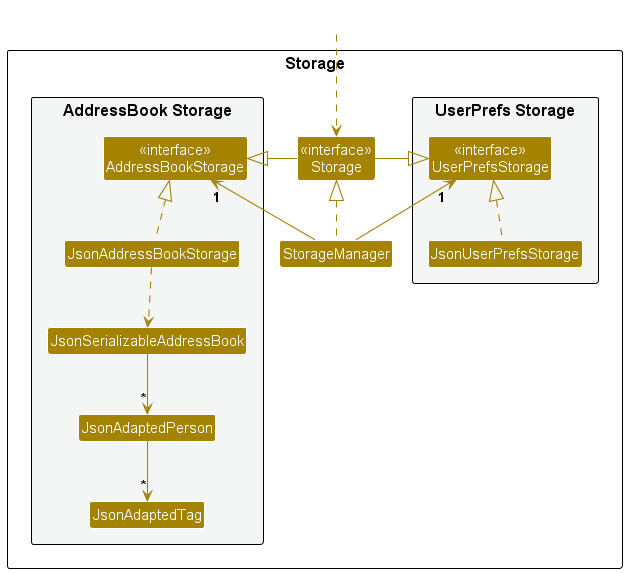
Before: docs/images/StorageClassDiagram.png, a diagram exported from PlantUML (nus-cs2103-AY2425S1/tp).
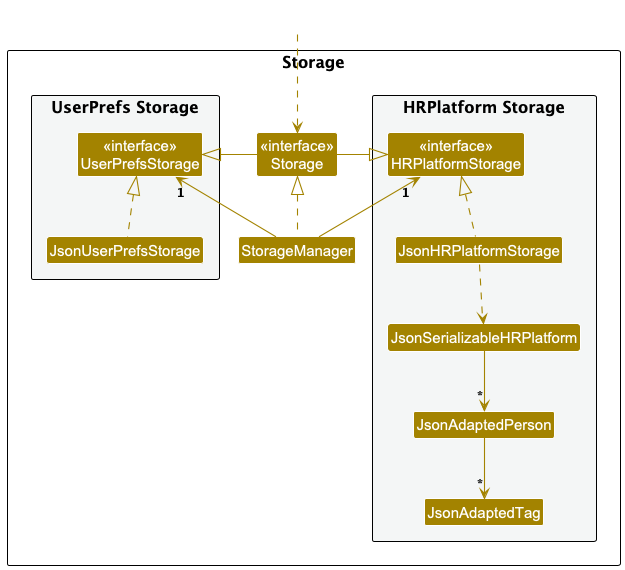
Later version of the same file.

Commit message:
Update storage section of developer guide

Change to the diagram source:
```diff
@@ -14,10 +14,10 @@
 Class "<<interface>>\nStorage" as Storage
 Class StorageManager
 
-package "AddressBook Storage" #F4F6F6{
-Class "<<interface>>\nAddressBookStorage" as AddressBookStorage
-Class JsonAddressBookStorage
-Class JsonSerializableAddressBook
+package "HRPlatform Storage" #F4F6F6{
+Class "<<interface>>\nHRPlatformStorage" as HRPlatformStorage
+Class JsonHRPlatformStorage
+Class JsonSerializableHRPlatform
 Class JsonAdaptedPerson
 Class JsonAdaptedTag
 }
@@ -29,15 +29,15 @@
 
 StorageManager .up.|> Storage
 StorageManager -up-> "1" UserPrefsStorage
-StorageManager -up-> "1" AddressBookStorage
+StorageManager -up-> "1" HRPlatformStorage
 
 Storage -left-|> UserPrefsStorage
-Storage -right-|> AddressBookStorage
+Storage -right-|> HRPlatformStorage
 
 JsonUserPrefsStorage .up.|> UserPrefsStorage
-JsonAddressBookStorage .up.|> AddressBookStorage
-JsonAddressBookStorage ..> JsonSerializableAddressBook
-JsonSerializableAddressBook --> "*" JsonAdaptedPerson
+JsonHRPlatformStorage .up.|> HRPlatformStorage
+JsonHRPlatformStorage ..> JsonSerializableHRPlatform
+JsonSerializableHRPlatform --> "*" JsonAdaptedPerson
 JsonAdaptedPerson --> "*" JsonAdaptedTag
 
 @enduml
```
